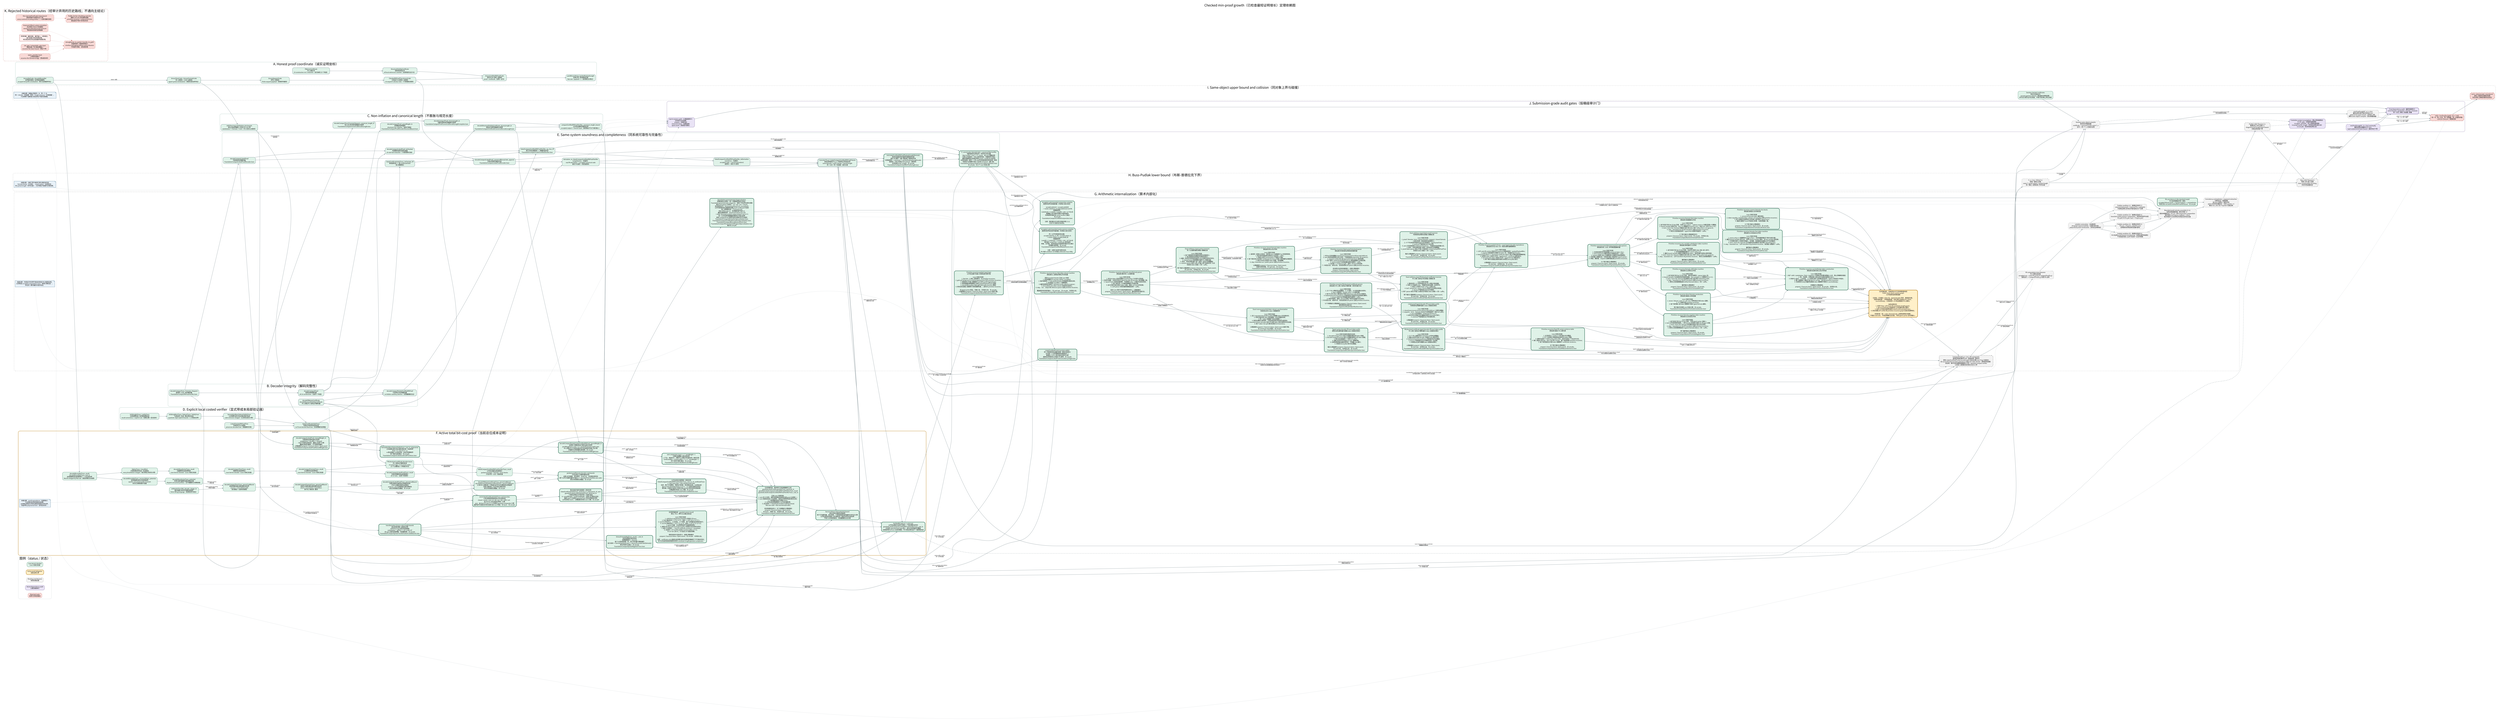
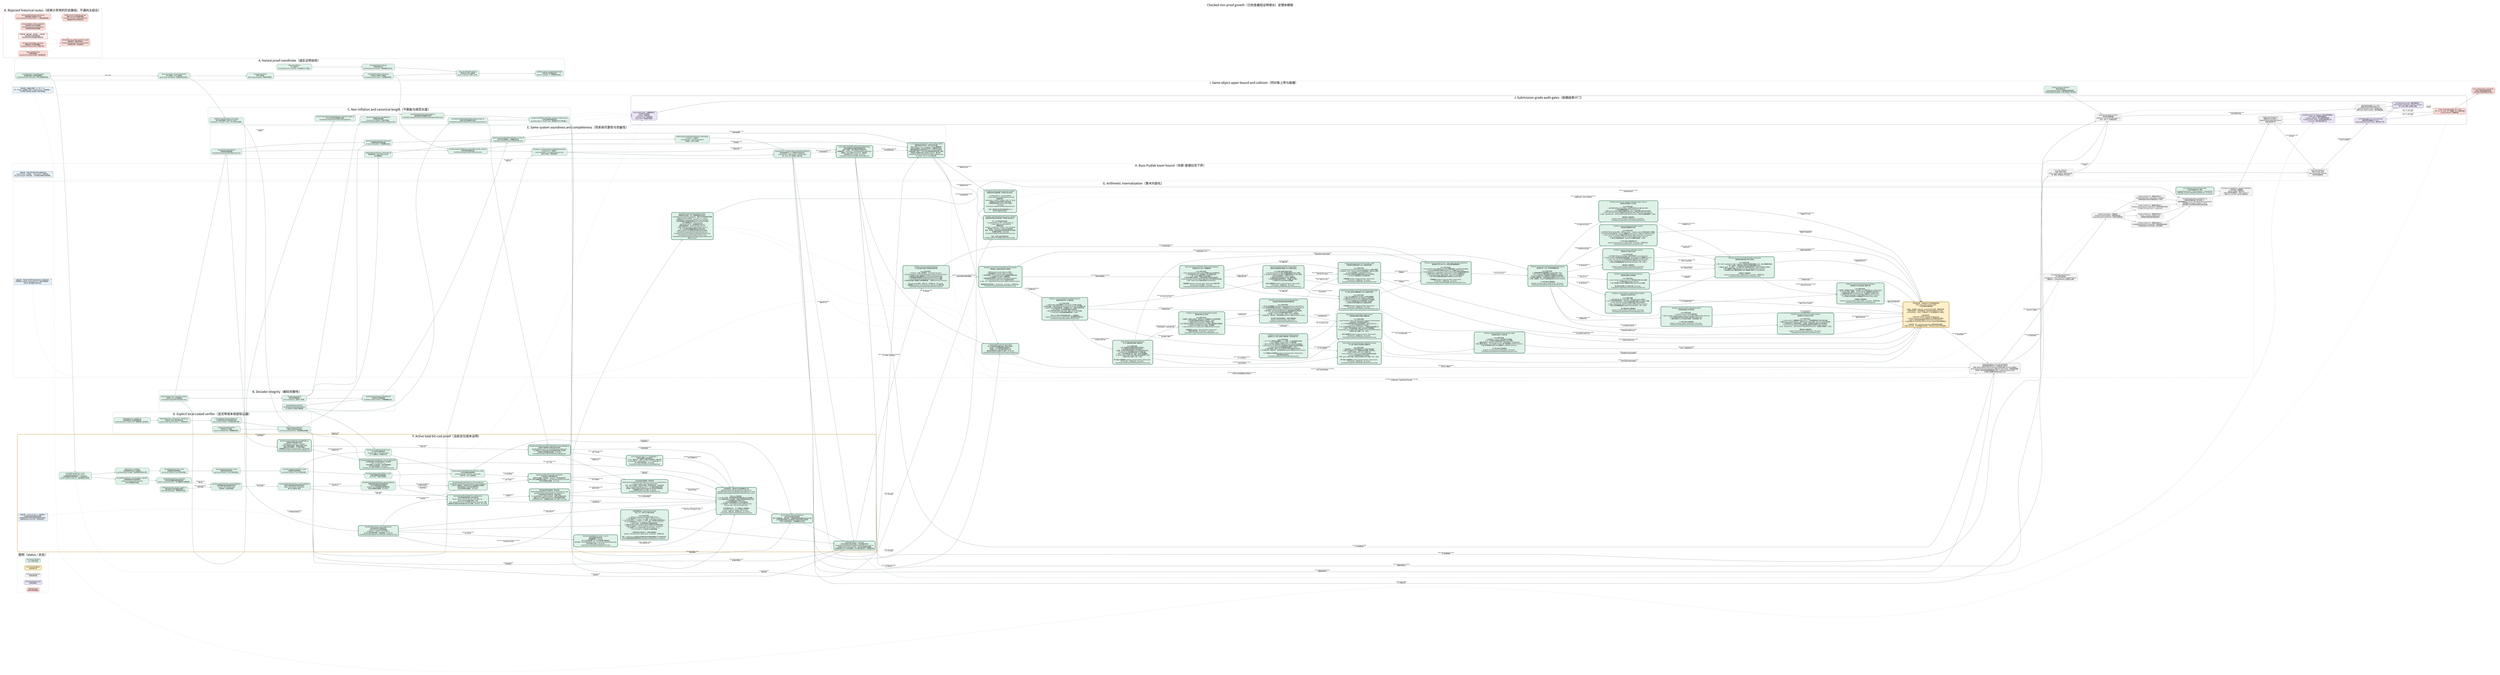
digraph CheckedMinProofDependencies {
  graph [
    rankdir=LR,
    bgcolor="white",
    compound=true,
    newrank=true,
    pad="0.35",
    nodesep="0.30",
    ranksep="0.62",
    fontname="Noto Sans CJK SC",
    fontsize=24,
    label="Checked min-proof growth（已检查最短证明增长）定理依赖图",
    labelloc="t",
    labeljust="c"
  ];
  node [
    shape=box,
    style="rounded,filled",
    fontname="Noto Sans CJK SC",
    fontsize=10.5,
    color="#526d75",
    fillcolor="#eef3f4",
    margin="0.14,0.09",
    penwidth=1.2
  ];
  edge [
    fontname="Noto Sans CJK SC",
    fontsize=8.5,
    color="#65777d",
    arrowsize=0.68,
    penwidth=1.05
  ];

  subgraph cluster_legend {
    label="图例（status / 状态）";
    color="#c8d1d4";
    style="rounded";
    done [label="Lean kernel checked\nLean 内核已检查", fillcolor="#dff2e8", color="#3f7c66"];
    active [label="Active proof obligation\n当前证明义务", fillcolor="#fff0c9", color="#b37a12", penwidth=2.2];
    pending [label="Pending root theorem\n待闭合根定理", fillcolor="#f3f3f3", color="#777777", style="rounded,filled,dashed"];
    audit [label="Axiom/dependency audit\n公理/依赖审计", fillcolor="#e9e3f5", color="#76639a"];
    rejected [label="Rejected route\n经审计弃用的路线", fillcolor="#f8d9d6", color="#a8443d", style="rounded,filled,dashed"];
  }

  subgraph cluster_coordinate {
    label="A. Honest proof coordinate（诚实证明坐标）";
    color="#8fb7aa";
    style="rounded";

    natcode [label="binaryNatCode / decodeBinaryNat\n自然数前缀码 / 自然数前缀解码\nescaped-bit prefix serialization（转义位前缀序列化）", fillcolor="#dff2e8"];
    syntaxcode [label="binaryTermCode + binaryFormulaCode\n项二进制码 + 公式二进制码\ntyped syntax serialization（类型化语法序列化）", fillcolor="#dff2e8"];
    sequentcode [label="binarySequentCode\n序列二进制码\nfinite sequent payload（有限序列载荷）", fillcolor="#dff2e8"];
    prooftree [label="CheckedPAProofTree.binaryCode\n已检查 PA 证明树二进制码\n10 sequent-calculus rules（十条相继式规则）", fillcolor="#dff2e8"];
    axiomcert [label="PAAxiomCertificate\nPA 公理证书\n23 constructors incl. induction（含归纳的 23 个构造）", fillcolor="#dff2e8"];
    structcert [label="StructuralValidityCertificate\n结构有效性证书\nall local witnesses counted（全部局部见证计长）", fillcolor="#dff2e8"];
    certifiedcode [label="binaryCertifiedPAProofCode\n带证书 PA 证明二进制码\nproof + certificate（证明 + 证书）", fillcolor="#dff2e8"];
    packedcode [label="packBinaryString / packedPayloadLength\n位串打包 / 有效载荷长度\nNat.size = payload + 1（自然数位长等式）", fillcolor="#dff2e8"];

    natcode -> syntaxcode [label="labels / 标签"];
    syntaxcode -> sequentcode;
    sequentcode -> prooftree;
    axiomcert -> structcert;
    prooftree -> certifiedcode;
    structcert -> certifiedcode;
    certifiedcode -> packedcode;
  }

  subgraph cluster_decoder {
    label="B. Decoder integrity（解码完整性）";
    color="#8fb7aa";
    style="rounded";

    typeddecoder [label="decodeCompactTerm / Formula / Sequent\n紧凑项 / 公式 / 序列解码器\nFoundationCompactPAProofVerifier.lean", fillcolor="#dff2e8"];
    proofdecoder [label="decodeCompactProof\n紧凑证明树解码器\nall 10 constructors（全部十个构造）", fillcolor="#dff2e8"];
    certdecoder [label="decodePAAxiomCertificate\ndecodeStructuralValidityCertificate\nPA 公理证书 / 结构证书解码器", fillcolor="#dff2e8"];
    packeddecoder [label="decodeCompactPackedCertifiedPAProof\n打包带证书证明解码器\nno hidden auxiliary witness（无隐藏辅助见证）", fillcolor="#dff2e8"];

    typeddecoder -> proofdecoder;
    certdecoder -> packeddecoder;
    proofdecoder -> packeddecoder;
  }

  subgraph cluster_size {
    label="C. Non-inflation and canonical length（不膨胀与规范长度）";
    color="#8fb7aa";
    style="rounded";

    structural [label="decodeCompactProof_parseWeight_le\n证明解码结构量界\nstructural non-inflation（结构不膨胀）\nFoundationCompactProofDecoderStructuralBound.lean", fillcolor="#dff2e8"];
    syntaxcanonical [label="decodeCompactTerm/Formula/Sequent_canonical_length_le\n项/公式/序列规范重编码长度界\nFoundationCompactCanonicalDecodeLength.lean", fillcolor="#dff2e8"];
    proofcanonical [label="decodeCompactProof_binaryLength_le\n完整证明树规范重编码长度界\nFoundationCompactProofCanonicalDecodeLengthComplete.lean", fillcolor="#dff2e8"];
    certcanonical [label="decodeStructuralValidityCertificate_binaryLength_le\n结构证书规范重编码长度界\nFoundationCompactCertificateCanonicalDecodeLength.lean", fillcolor="#dff2e8"];
    totalcanonical [label="compactCertifiedPAProofVerifier_canonical_length_bound\n公开验证器规范载荷总界\naccepted output <= honest input（接受输出不长于诚实输入）", fillcolor="#dff2e8"];
    transformsize [label="shift/free/neg/substitution size bounds\n移位/自由变量嵌入/否定/代入大小界\nsubstitution <= formula × term（代入至多公式乘项）", fillcolor="#dff2e8"];

    typeddecoder -> syntaxcanonical;
    proofdecoder -> structural;
    syntaxcanonical -> proofcanonical;
    certdecoder -> certcanonical;
    proofcanonical -> totalcanonical;
    certcanonical -> totalcanonical;
    syntaxcode -> transformsize;
  }

  subgraph cluster_explicit_local {
    label="D. Explicit local costed verifier（显式带成本局部验证器）";
    color="#8fb7aa";
    style="rounded";

    biteq [label="bitStringEqTrace / natEqTrace\n位串相等轨迹 / 自然数相等轨迹\nresult correctness + explicit cost（结果正确 + 显式成本）", fillcolor="#dff2e8"];
    bitset [label="bitStringMemTrace / SubsetTrace / SetEqTrace\n位串成员 / 包含 / 集合等价轨迹\nquadratic-style explicit bounds（二次型显式界）", fillcolor="#dff2e8"];
    formulalist [label="formulaEq/Mem/Subset/SetEqTrace\n公式相等/成员/包含/集合等价轨迹\ncode emission charged（公式码生成已计费）", fillcolor="#dff2e8"];
    listedtree [label="ListedCheckedPAProofTree\n列表序列 PA 证明树\npreserves decoded lists（保留解码列表）", fillcolor="#dff2e8"];
    listedcert [label="listedCertificateValidTrace\n列表证书有效性成本轨迹\nno Finset decide black box（无有限集判定黑箱）", fillcolor="#dff2e8"];

    biteq -> bitset;
    bitset -> formulalist;
    listedtree -> listedcert;
    formulalist -> listedcert;
    transformsize -> listedcert [label="local transforms\n局部变换"];
  }

  subgraph cluster_same_system {
    label="E. Same-system soundness and completeness（同系统可靠性与完备性）";
    color="#8fb7aa";
    style="rounded";

    listdecoder [label="decodeCompactListedProof\n列表保持证明解码器\nFoundationCompactListedProofDecoder.lean", fillcolor="#dff2e8"];
    projection [label="decodeCompactListedProof_toChecked\n列表解码投影到原检查器\n10-rule fuel induction（十规则燃料归纳）", fillcolor="#dff2e8"];
    localiff [label="listedCertificateValidTrace_toChecked_iff\n新局部轨迹 <-> 原 certificateValid\n语义精确等价", fillcolor="#dff2e8"];
    publiciff [label="listedCompactCertifiedPAProofVerifier_eq_true_iff\n新公开验证器接受 <-> 精确检查关系\nFoundationCompactListedCertifiedVerifier.lean", fillcolor="#dff2e8"];
    soundness [label="listedCompactCertifiedPAProofVerifier_toDerivation\nsoundness（可靠性）\naccepted code -> real PA Derivation2\n接受码 -> 真实 PA 推导", fillcolor="#dff2e8"];
    listencoder [label="decodeCompactListedProof_canonicalBinaryCode_append\n列表证明规范编码往返\nFoundationCompactListedProofEncoder.lean", fillcolor="#dff2e8"];
    completeness [label="derivation_to_listedCompactCertifiedPAProofVerifier\ncompleteness（完备性）\nreal PA derivation -> accepted canonical code\n真实 PA 推导 -> 规范接受码", fillcolor="#dff2e8"];
    predicate [label="Concrete P(x,y) / ListedCompactCertifiedPAProofChecks\n具体证明谓词 P(x,y) / 列表带证书检查关系\nsame formula + same checker + honest length\n同一公式 + 同一检查器 + 诚实长度", fillcolor="#dff2e8", penwidth=2.0];
    minmeasure [
      label="minListedCertifiedPAProofPayloadLength(formula)\n具体检查器诱导的最短完整载荷长度\n真实 PA 推导 -> 最小值由某个接受码实现\n任意接受码 -> minimum <= packedPayloadLength(code)\n接受码 -> 同公式真实 Derivation2（推导树）\n无项目级 proof_length；无 sorryAx\nFoundationCompactListedMinProofLength.lean",
      fillcolor="#dff2e8", color="#2f6f57", penwidth=2.8
    ];
    canonicalnormalize [
      label="P_canon(code, formulaCode) + canonical Bool verifier\n纯数值规范证明关系 + 规范布尔验证器\nBool verifier = true <-> P_canon，由 Lean 精确证明\n任意公开接受码 -> 同公式码规范码，完整载荷不增长\n最短完整载荷必由真实规范 proof + certificate 码实现\n全体码有限一致性 <-> 同 cutoff 的纯数值规范码有限一致性\n非规范/冗余编码不能人为压低 minimum（最小值）\nFoundationCompactListedCanonicalNormalization.lean\n无 sorryAx；仅三个 Lean 标准公理",
      fillcolor="#dff2e8", color="#2f6f57", penwidth=2.8
    ];

    typeddecoder -> listdecoder;
    listdecoder -> projection;
    proofdecoder -> projection;
    listedcert -> localiff;
    projection -> publiciff;
    localiff -> publiciff;
    packeddecoder -> publiciff;
    publiciff -> soundness;
    prooftree -> listencoder;
    listdecoder -> listencoder;
    listencoder -> completeness;
    listedcert -> completeness;
    soundness -> predicate;
    completeness -> predicate;
    predicate -> minmeasure [label="minimum over accepted codes\n对接受码取最小值"];
    completeness -> minmeasure [label="nonempty accepted set\n接受集合非空"];
    publiciff -> canonicalnormalize [label="decode every accepted code\n解码任意接受码"];
    listencoder -> canonicalnormalize [label="canonical re-encoding\n规范重编码"];
    totalcanonical -> canonicalnormalize [label="no payload growth\n载荷不增长"];
    minmeasure -> canonicalnormalize [label="minimum realized canonically\n最小值由规范码实现"];
  }

  subgraph cluster_cost_active {
    label="F. Active total bit-cost proof（当前总位成本证明）";
    color="#c18a27";
    style="rounded,bold";

    nattrace [label="decodeBinaryNatTrace_result\ndecodeBinaryNatTrace_cost_le\n自然数解码轨迹结果等价 + 二次位成本界\nNat.bit charged by Nat.size（按自然数位长收费）", fillcolor="#dff2e8", color="#3f7c66"];
    tracebind [label="OptionTrace + traceBind\n可选结果成本轨迹 + 轨迹绑定\nevery bind/failure charged（每次绑定/失败均计费）", fillcolor="#dff2e8", color="#3f7c66"];
    vectortrace [label="decodeManyVectorTrace_result\n向量解码轨迹结果等价\nLean kernel checked（Lean 内核已检查）", fillcolor="#dff2e8", color="#3f7c66"];
    termtrace [label="decodeCompactTermTrace_result\n项解码轨迹结果等价\nLean kernel checked（Lean 内核已检查）", fillcolor="#dff2e8", color="#3f7c66"];
    formulatrace [label="decodeCompactFormulaTrace_result\n公式解码轨迹结果等价\nLean kernel checked（Lean 内核已检查）", fillcolor="#dff2e8", color="#3f7c66"];
    prooftrace [label="decodeCompactListedProofTrace_result\n列表证明解码轨迹结果等价\nall 10 rules（全部十条规则）", fillcolor="#dff2e8", color="#3f7c66"];
    certtrace [label="PA/structural certificate decoder traces\nPA / 结构证书解码轨迹\n23 axiom tags + 4 recursive nodes\n23 个公理标签 + 4 种递归节点", fillcolor="#dff2e8", color="#3f7c66"];
    publictrace [label="listedCompactCertifiedPAProofVerifierTrace_result\n公开验证器轨迹结果等价\npacked envelope + formula + local checks\n打包外壳 + 公式 + 局部检查", fillcolor="#dff2e8", color="#3f7c66"];
    natpotential [label="decodeBinaryNatTrace_success/failure_potential\n自然数解码成功/失败势能界\nquartic consumed-prefix invariant\n四次已消费前缀不变量", fillcolor="#dff2e8", color="#3f7c66"];
    vectorpotential [label="decodeManyVectorTrace_potential\n任意长度向量解码摊还势能定理\ndisjoint consumed prefixes（互不重叠的已消费前缀）", fillcolor="#dff2e8", color="#3f7c66"];
    symbolcharge [label="arithmeticFunc/Rel_decode_charge_le\n算术函数/关系符号解码收费界\nfinite ORing language（有限有序环语言）", fillcolor="#dff2e8", color="#3f7c66"];
    termpotential [label="decodeCompactTermTrace_parserCostBound\n紧凑项解码器全路径摊还成本界\nsuccess + every failure path\n成功路径 + 全部失败路径", fillcolor="#dff2e8", color="#3f7c66"];
    formulapotential [label="decodeCompactFormulaTrace_parserCostBound\n紧凑公式解码器全路径摊还成本界\natoms / connectives / quantifiers\n原子式 / 联结词 / 量词", fillcolor="#dff2e8", color="#3f7c66"];
    proofpotential [
      label="decodeCompactListedProofTrace_parserCostBound\n列表证明树全路径四次势能成本界\n十条 PA 相继式规则全部通过\nand/cut 二叉子证明势能已望远镜相消\n成功/失败路径全覆盖；无 sorryAx",
      fillcolor="#dff2e8", color="#3f7c66"
    ];
    certpotential [
      label="decodePAAxiomCertificateTrace_parserCostBound\ndecodeStructuralValidityCertificateTrace_parserCostBound\n23 种 PA 公理标签 + 4 种递归证书节点全路径四次势能界\n归纳公理体和二元证书树已摊还闭合\n成功/失败路径全覆盖；无 sorryAx",
      fillcolor="#dff2e8", color="#3f7c66", penwidth=2.2
    ];
    packedcost [
      label="packed proof/formula decoder cost bounds\n打包证明/公式解码器成本界\n证明+证书串联、末位哨兵、dropLast、空后缀全部闭合\n两个公开打包解码器均不超过 2 × decoderPotential(Nat.size code)\n成功/失败路径全覆盖；无 sorryAx",
      fillcolor="#dff2e8", color="#2f6f57", penwidth=2.8
    ];
    transformcode [
      label="transformation binary-code length bounds\n语法变换完整二进制码长界\nshift/free/neg 均至多线性膨胀\nsubstitution：|phi[t]| <= 3(F+1)(W+1)F\n含 qpow 量词深度预算；无隐藏参数；无 sorryAx\nFoundationCompactSyntaxTransformationCodeBounds.lean",
      fillcolor="#dff2e8", color="#2f6f57", penwidth=2.8
    ];
    negtrace [
      label="binaryFormulaNegTrace_result / _cost_le\n否定变换真实递归轨迹\n结果精确等于 ∼formula\n每个公式构造收费一步；原子项向量不重复遍历\n执行成本 <= formulaSymbolCount <= |binaryFormulaCode(formula)|\n单文件探针已通过；无 sorryAx\nFoundationCompactSyntaxNegationTrace.lean",
      fillcolor="#dff2e8", color="#2f6f57", penwidth=2.8
    ];
    axmjoint [
      label="axm comparator input <= 2 * jointWeight + 1\n公理比较器输入联合坐标界\n上下文、候选句子、完整 PA 公理证书均落在同一诚实位权\ncertificateBits + sentenceBits + 1 <= 2 * jointWeight + 1\n四个坐标引理已通过；无 sorryAx\nFoundationCompactListedAxiomJointWeight.lean",
      fillcolor="#dff2e8", color="#2f6f57", penwidth=2.8
    ];
    honestproof [
      label="decodeCompactListedProof_honestWeight_le\n列表保持证明树诚实位权界\nweight(tree) + 8|suffix| <= 8|input|\n十条 PA 规则全部闭合；重复公式逐个计费\n覆盖任意成功解码，不只是规范编码\n公理画像仅 propext / Classical.choice / Quot.sound\nFoundationCompactListedProofHonestWeight.lean",
      fillcolor="#dff2e8", color="#2f6f57", penwidth=2.8
    ];
    honestcert [
      label="decodeCompactPackedListedCertifiedPAProof_honestWeight_le\n证明树+完整结构证书联合诚实位权界\njointWeight(tree,cert) <= 8 * packedPayloadLength(code)\nPA 公理证书 23 标签及递归证书全部由实际输入位计费\n无辅助见证和隐藏长度参数；无 sorryAx\nFoundationCompactListedCertifiedHonestWeight.lean",
      fillcolor="#dff2e8", color="#2f6f57", penwidth=2.8
    ];
    localprimitives [
      label="formulaEq/Mem/Subset/SetEqTrace_cost_le_polynomial\n公式相等/成员/包含/集合等价统一位成本界\nP(w) = 4 + 2(w+3)^2 + w\nw 是全部输入公式码位权，包含列表重复项\n四个端点全部通过；无 sorryAx\nFoundationCompactListedLocalCostPrimitives.lean",
      fillcolor="#dff2e8", color="#2f6f57", penwidth=2.8
    ];
    localbranches9 [
      label="10/10 listedCertificateValidTrace cost branches\n十条证明规则局部成本分支全部闭合\nclosed / verum / and / or / all / exs / wk / shift / cut：\n由 P(G(w)) 及生成语法界统一计费\naxm：由 A(w)=K*(2w+1)^12 的真实 guarded comparator 计费\n最终每节点固定多项式包络已由 Lean 检查；无 haxm、无 sorryAx",
      fillcolor="#dff2e8", color="#2f6f57", penwidth=2.8
    ];
    localinduction [
      label="联合坐标内部归纳骨架 + 具体实例\nlistedCertificateValidTrace_jointCost_le_polynomial_of_axm\nguardedListedCertificateValidTrace_jointCost_le\n十规则证明树/证书同步统一归纳已通过\nb = proofWeight + certificateWeight（证明+证书联合位权）\n抽象 haxm 已由真实 guarded axm 成本定理具体消除\n公开实例无 haxm；公理画像仅标准 Lean 公理；无 sorryAx",
      fillcolor="#dff2e8", color="#2f6f57", penwidth=2.8
    ];
    publicskeleton [
      label="公开总成本内部骨架 + 具体实例\nlistedCompactCertifiedPAProofVerifierTrace_cost_le_of_certificateTrace\ns = Nat.size(code) + Nat.size(formulaCode)\n合并：两个打包解码、局部证书检查、结论集合比较、公式码比较\nQ(s)=4*decoderPotential(s)+L(s)+1，L(s) 是显式固定多项式\n原先唯一内部证书成本义务现已由 guarded 联合成本定理消除\n公理画像仅标准 Lean 公理；无 sorryAx\nFoundationCompactListedPublicCostSkeleton.lean",
      fillcolor="#dff2e8", color="#2f6f57", penwidth=2.8
    ];
    publiccost [
      label="【主终端完成：具体带守卫检查器最终汇合】\nguardedListedCertificateValidTrace_jointCost_le\nguardedListedCompactCertifiedPAProofVerifierTrace_result\nguardedListedCompactCertifiedPAProofVerifierTrace_cost_le\n\n已由 Lean 内核检查：\n1. axm 的 23 标签、接受/拒绝路径和候选长度 guard 全部统一；\n2. axm 局部成本进入与证明树、结构证书相同的诚实联合位权；\n3. 十规则整树成本不再带 haxm；\n4. 公开轨迹结果精确等于公开验证器结果；\n5. 总位成本 <= listedPublicVerifierCostPolynomial(\n   Nat.size code + Nat.size formulaCode)。\n\n定向构建退出码 0；五个关键端点公理画像仅\npropext / Classical.choice / Quot.sound。\n无 haxm、无输入包、无项目公设、无 sorryAx。\nFoundationCompactListedGuardedAxiomCost.lean",
      fillcolor="#dff2e8", color="#2f6f57", penwidth=2.8
    ];
    amortized [label="Success/failure total potential bound\n成功/失败全路径总势能界\n两个打包解码器、语法变换、十规则局部检查和最终比较均已计费\n公开轨迹的所有输入对均满足同一固定多项式位成本界\n不是只分析接受路径；无隐藏辅助见证长度", fillcolor="#dff2e8", color="#2f6f57", style="rounded,filled", penwidth=2.8];
    costnote [shape=note, label="关键注释：result equivalence（结果等价）\n只证明轨迹没有改掉验证结果；\n必须再证明成功/失败全路径的固定多项式界，\n才能声称 polynomial time（多项式时间）。", fillcolor="#e8f1f8", color="#4e7892"];
    transformtrace [label="【共享终端完成：guarded axiom trace】\n移位 / 代入 / 带守卫公理比较轨迹\n\nLean 内核已检查：\n1. shift/free/substitution/list/fixitr 的真实 QTrace；\n2. fixitr 输出码长 <= 4*(L+1)^2；成本 <= 128*(m+L+1)^2*L；\n3. succInd 四次代入、三次否定、三个析取、两个全称量词全部真实执行；\n4. succInd 输出码长 <= 10^7*(L+1)^4；成本 <= 10^11*(L+1)^12；\n5. guard 完备：合法相等候选不会被提前拒绝；\n6. 接受分支 fixitr/allClosure/formulaEq 与拒绝分支总成本均闭合；\n7. 全部 23 标签统一：true iff certificate.sentence = candidate；\n8. 总成本 <= K*(certificateBits+sentenceBits+1)^12，\n   K=10^30+(3B+4)，B 为显式 26 句固定预算。\n\n两条验收命令退出码 0；关键公理画像仅\npropext / Classical.choice / Quot.sound；无 sorryAx、无项目公设。\n\n边界：certificate-only 直接生成完整归纳句在稀疏变量编号下不可能多项式；\n本节点完成的是保持接受关系的 candidate-length guarded comparator。", fillcolor="#dff2e8", color="#2f6f57", style="rounded,filled", penwidth=2.8];
    polytime [label="VerifierBitCost(x,y) <= p(|x|+|y|)\n公开验证器总位成本不超过一个显式固定多项式\nguardedListedCompactCertifiedPAProofVerifierTrace_cost_le\n对全部 code/formulaCode 成立，成功与失败路径均覆盖\n这里是项目 QTrace 位成本模型；PA 内短证明仍由下一簇单独完成", fillcolor="#dff2e8", color="#2f6f57", style="rounded,filled", penwidth=2.8];

    natcode -> nattrace;
    nattrace -> tracebind;
    tracebind -> vectortrace;
    vectortrace -> termtrace;
    termtrace -> formulatrace;
    formulatrace -> prooftrace;
    certdecoder -> certtrace;
    formulatrace -> certtrace;
    prooftrace -> publictrace;
    certtrace -> publictrace;
    publictrace -> amortized [label="exact behavior first\n先固定精确行为"];
    nattrace -> natpotential;
    natpotential -> vectorpotential;
    vectorpotential -> termpotential [label="argument vectors\n参数向量"];
    symbolcharge -> termpotential [label="finite symbol decoding\n有限符号解码"];
    termpotential -> formulapotential [label="terms inside atoms\n原子式中的项"];
    formulapotential -> proofpotential [label="formulas inside sequents\n序列中的公式"];
    proofpotential -> certpotential [label="proof/certificate alignment\n证明树/证书树对齐"];
    formulapotential -> certpotential [label="induction body\n归纳公理体"];
    certpotential -> packedcost [label="proof + certificate stream\n证明 + 证书串"];
    publictrace -> packedcost [label="same executable result\n同一可执行结果"];
    packedcost -> publiccost [label="decoded objects\n已解码对象"];
    transformsize -> transformcode [label="from symbol count to full bits\n从符号数提升到完整位长"];
    transformcode -> negtrace [label="input bit-length control\n输入位长控制"];
    negtrace -> publiccost [label="closed/cut negation charge\n闭合/切规则否定计费"];
    transformcode -> publiccost [label="generated-code bounds\n生成公式码长界"];
    listdecoder -> honestproof [label="all successful parses\n全部成功解码"];
    honestproof -> honestcert [label="proof-tree charge\n证明树计费"];
    certcanonical -> honestcert [label="full certificate bits\n完整证书位"];
    honestcert -> publiccost [label="joint decoded-data bound\n联合解码数据界"];
    honestcert -> axmjoint [label="proof + certificate coordinate\n证明 + 证书坐标"];
    axmjoint -> publiccost [label="guarded comparator input bound\n带守卫比较器输入界"];
    listedcert -> localprimitives [label="exact trace costs\n精确轨迹成本"];
    honestproof -> localprimitives [label="duplicate-preserving weights\n保留重复项位权"];
    localprimitives -> publiccost [label="uniform quadratic bound\n统一二次界"];
    localprimitives -> localbranches9 [label="per-rule instantiation\n逐规则实例化"];
    transformcode -> localbranches9 [label="generated syntax bounds\n生成语法界"];
    localbranches9 -> publiccost [label="nine checked branches\n九条已检查分支"];
    localbranches9 -> localinduction [label="structural aggregation\n结构汇总"];
    localinduction -> publiccost [label="haxm concretely discharged\nhaxm 已由具体定理消除"];
    localinduction -> publicskeleton [label="local certificate polynomial\n局部证书多项式"];
    packedcost -> publicskeleton [label="two packed decoder bounds\n两个打包解码界"];
    honestcert -> publicskeleton [label="decoded joint weight\n解码联合位权"];
    publicskeleton -> publiccost [label="concrete discharge checked\n具体消义务已检查"];
    listedcert -> publiccost [label="explicit local checks\n显式局部检查"];
    publiccost -> amortized;
    totalcanonical -> amortized [label="consumed-length control\n消费长度控制"];
    costnote -> amortized [style=dotted, arrowhead=none, constraint=false];
    transformcode -> transformtrace;
    transformtrace -> publiccost [label="guarded axm + shift/free/substitution costs\n带守卫公理 + 移位/自由化/代入成本"];
    amortized -> polytime;
    transformtrace -> polytime;
    totalcanonical -> polytime [label="input/output length control\n输入输出长度控制"];
    listedcert -> polytime [label="local cost bounds\n局部成本界"];
    predicate -> polytime [label="exact executable relation\n精确可执行关系"];
  }

  subgraph cluster_internalization {
    label="G. Arithmetic internalization（算术内部化）";
    color="#9a9a9a";
    style="rounded,dashed";

    listedconmeta [label="ListedCertifiedFiniteConsistencyAt(k)\n同一列表保持验证器的有限一致性元层语义\n无长度 <= k 的完整载荷码被接受为 ⊥\n普通及 2^(A*n) 放大版本无条件为真\n接受反向恢复同公式真实 PA 推导；无 sorryAx\nFoundationCompactListedFiniteConsistencyTarget.lean", fillcolor="#dff2e8", color="#2f6f57", penwidth=2.8];
    arithinput [label="Primitive-recursive packed input layer\n公开验证器打包输入的原始递归算术层\n\nLean 内核已检查：\n1. Nat.bits（小端二进制展开）为 primitive recursive；\n2. getLast?/dropLast 与 sentinel payload peel 均为 primitive recursive；\n3. 剥离成功 iff 输入精确等于 packBinaryString(payload)；\n4. 新剥离器结果精确等于现有 packedPayloadTrace 结果；\n5. decodeBinaryNat 已由 right-fold state machine 重建；\n6. 新状态机逐输入精确等于原前缀解码器，二者均为 primitive recursive。\n\n无 typed syntax 假设、无输入包、无项目公设、无 sorryAx；\n公理画像仅 propext / Classical.choice / Quot.sound 或其子集。\nFoundationCompactListedVerifierArithmeticInput.lean", fillcolor="#dff2e8", color="#2f6f57", penwidth=2.8];
    tokenstream [label="Primitive-recursive binary-Nat token stream machine\n原始递归二进制自然数记号流机器\n\n具体 bounded iterator 已由 Lean 检查：\n1. 状态明确区分 running / failed / accepted；\n2. 每步调用同一个 decodeBinaryNat 并保留真实剩余位串；\n3. 总步数由 inputBits+1 明确限制；\n4. 最终结果逐位串等于 repeated-prefix reference parser；\n5. binaryNatCode token stream 的规范往返成立；\n6. step、run、output 和 reference parser 全部 primitive recursive。\n\n覆盖畸形和非规范输入；无 rawCode、无 sorryAx、无项目公设。\nFoundationCompactBinaryNatStreamMachine.lean", fillcolor="#dff2e8", color="#2f6f57", penwidth=2.8];
    bitsync [label="Exact noncanonical bit/token stream synchronization\n非规范位流与 token 流精确同步\n\nLean 内核已检查：\n1. 定义 repeated decodeBinaryNat 的精确 token/位后缀关系；\n2. 关系可按任意 token 前后缀唯一切分并重新合成；\n3. 同一 token 前缀留下的位后缀唯一；\n4. 规范位编码只是特例，不把非规范高位零误判为规范码；\n5. bounded stream decoder 成功 iff 全部 token 恰好消费至空位后缀；\n6. 每个 token-list split 都对应真实 bit boundary。\n\n公理画像仅 propext / Classical.choice / Quot.sound 或其子集；\n无 canonical-input 假设、无 sorryAx。\nFoundationCompactBinaryNatStreamSynchronization.lean", fillcolor="#dff2e8", color="#2f6f57", penwidth=2.8];
    syntaxparser [label="Primitive-recursive arithmetic term/formula parser\n原始递归算术项 / 公式解析器\n\nLean 内核已检查：\n1. 纯 Nat token 状态机覆盖 bvar/fvar/func 与全部公式构造；\n2. 有序环函数、关系符号码与 typed decoder 的 decode₂ 条件精确一致；\n3. repeat frame 逐项处理参数，不按稀疏 arity 一次展开巨型任务表；\n4. 每个真实项 / 公式都有精确执行步数定理；\n5. 执行步数不超过真实 token 长度，固定二次 fuel 必然足够；\n6. 公开 parser 对规范编码精确返回同一 suffix。\n\n定向 Lean 探针与目标构建退出码 0；公理画像仅\npropext / Classical.choice / Quot.sound；静态禁用项扫描为空。\nFoundationCompactSyntaxTokenMachine.lean", fillcolor="#dff2e8", color="#2f6f57", penwidth=2.8];
    syntaxinversion [label="Exact arbitrary-input syntax inversion\n项 / 公式解析器任意输入精确反演\n\nLean 内核已检查：\n1. 每个纯数值任务栈都有类型化前缀语义；\n2. 每次数值状态转换反向保持该语义；\n3. 函数 / 关系符号有效码恢复同 arity 的真实有序环符号；\n4. repeat frame 恢复精确长度的 Fin 参数向量；\n5. 成功、失败及畸形输入统一由同一后向不变量覆盖；\n6. numeric parser 返回 suffix iff 输入等于某真实项 / 公式\n   的规范 token 前缀 ++ 同一 suffix。\n\n两个端点公理画像仅 propext / Classical.choice / Quot.sound；\n无 rawCode、无项目公设、无 sorryAx。\nFoundationCompactSyntaxTokenMachineInversion.lean", fillcolor="#dff2e8", color="#2f6f57", penwidth=2.8];
    syntaxbitsync [label="Typed syntax decoder iff exact token prefix\n类型化语法解码器与精确 token 前缀双向等价\n\nLean 内核已检查任意成功位串：\n1. decodeCompactTerm 成功 iff 精确消费该项 token 前缀；\n2. decodeCompactFormula 成功 iff 精确消费该公式 token 前缀；\n3. 两方向均保留同一个真实 bit suffix；\n4. 函数/关系符号代码由 decode₂ 精确恢复；\n5. 任意有限参数向量逐项同步，不隐藏 arity 展开；\n6. 非规范 binaryNat 表示完全覆盖。\n\n端点公理画像仅 propext / Classical.choice / Quot.sound；\n无 rawCode、无项目公设、无 sorryAx。\nFoundationCompactSyntaxBitTokenSynchronization.lean", fillcolor="#dff2e8", color="#2f6f57", penwidth=2.8];
    closedformula [label="Primitive-recursive closed-formula token machine\n原始递归闭公式记号机\n\nLean 内核已检查：\n1. 复用同一紧凑公式语法，但所有 term 位置遇到 fvar 标签即拒绝；\n2. 每次成功恢复真实类型化公式及同一 suffix；\n3. 恢复公式的 freeVariables 严格等于空集；\n4. 每个真实闭公式及每个 ArithmeticSentence 的嵌入规范编码必被接受；\n5. 成功 iff 闭公式规范 token 前缀，双向精确；\n6. step / bounded run / public parser 全部 primitive recursive。\n\n公理画像仅 propext / Classical.choice / Quot.sound；\n无额外闭性参数、无 rawCode、无 sorryAx。\nFoundationCompactClosedFormulaTokenMachine.lean", fillcolor="#dff2e8", color="#2f6f57", penwidth=2.8];
    proofparser [label="Primitive-recursive listed-proof structural parser\n原始递归列表保持证明树结构解析器\n\nLean 内核已检查：\n1. 纯 Nat 任务栈覆盖 closed/axm/verum/and/or/all/exs/wk/shift/cut；\n2. axm 标签现调用独立闭公式机，不再把普通 proposition 当 sentence；\n3. sequent cardinality 由 repeat-formula frame 逐项消费；\n4. 每个真实 ListedCheckedPAProofTree 都有精确执行步数定理；\n5. and/cut 左右子证明按编码顺序消费同一 suffix；\n6. 总步数 <= 2*tokenLength，固定二次 fuel 必然足够；\n7. 十标签分派、闭句分支、总状态机和公开 parser 全部 primitive recursive。\n\n定向探针及目标构建通过；关键公理画像仅\npropext / Classical.choice / Quot.sound。\nFoundationCompactProofTokenMachine.lean", fillcolor="#dff2e8", color="#2f6f57", penwidth=2.8];
    proofinversion [label="Exact arbitrary-input listed-proof inversion\n列表保持证明树任意输入精确反演\n\nLean 内核已检查：\n1. proof / formula / term / repeat-formula / sequent / closed-formula\n   六类任务统一具有类型化前缀语义；\n2. 十个节点标签的每条反向分支均恢复同一 typed proof tree；\n3. and/cut 严格恢复左右子树次序；\n4. axm 分支恢复真实 ArithmeticSentence，不接受含自由变量公式；\n5. 成功、失败及畸形输入由同一后向状态不变量覆盖；\n6. proof token parser 成功 iff 输入为某真实 ListedCheckedPAProofTree\n   的规范 token 前缀 ++ 同一 suffix。\n\n端点公理画像仅 propext / Classical.choice / Quot.sound；\n无 rawCode、无项目公设、无 sorryAx。\nFoundationCompactProofTokenMachineInversion.lean", fillcolor="#dff2e8", color="#2f6f57", penwidth=2.8];
    certparser [label="Primitive-recursive PA/structural certificate parsers\n原始递归 PA 公理 / 结构证书解析器（规范完备方向）\n\nLean 内核已检查：\n1. 23 个 PA 公理标签全部覆盖；0..21 固定，3/4 校验函数/关系码；\n2. tag 22 调用同一 binder-arity-1 公式解析器；\n3. 新 PA 证书 token 编码逐证书等于旧 binary code 的 Nat 前缀流；\n4. leaf/axiomCert/unary/binary 四类结构证书由显式任务栈递归解析；\n5. binary 左右子证书按编码顺序消费同一 suffix；\n6. 线性步数界、固定二次 fuel 和两个规范往返端点均已闭合；\n7. PA 标签分派、结构节点、总状态机和公开 parser 全部 primitive recursive。\n\n七个关键端点公理画像仅 propext / Classical.choice / Quot.sound；\n静态禁用项扫描为空。\nFoundationCompactCertificateTokenMachine.lean", fillcolor="#dff2e8", color="#2f6f57", penwidth=2.8];
    certinversion [label="Exact arbitrary-input PA/structural certificate inversion\nPA 公理 / 结构证书任意输入精确反演\n\nLean 内核已检查：\n1. 固定标签 0..21 逐项恢复对应 PA 公理证书构造器；\n2. 标签 3/4 恢复同 arity、同编码的真实函数 / 关系符号；\n3. 标签 22 恢复 binder-arity-1 归纳公式；\n4. leaf / axiomCert / unary / binary 四类节点全部反向恢复；\n5. binary 严格恢复左右子证书顺序；\n6. 两个 parser 成功 iff 输入为真实证书规范 token 前缀 ++ 同一 suffix。\n\n两个端点公理画像仅 propext / Classical.choice / Quot.sound；\n无 rawCode、无项目公设、无 sorryAx。\nFoundationCompactCertificateTokenMachineInversion.lean", fillcolor="#dff2e8", color="#2f6f57", penwidth=2.8];
    proofbitsync [label="Listed proof typed decoder iff exact token prefix\n列表保持证明解码器与 token 前缀双向等价\n\nLean 内核已检查：\n1. closed/axm/verum/and/or/all/exs/wk/shift/cut 十规则全覆盖；\n2. sequent、term、formula 与左右子证明保留同一真实 bit suffix；\n3. axm 分支恢复同一 ArithmeticSentence；\n4. 成功方向与完备方向均覆盖非规范 binaryNat 表示；\n5. and/cut 严格保留左右子树消费次序。\n\n公理画像仅 propext / Classical.choice / Quot.sound；\n无 rawCode、无项目公设、无 sorryAx。\nFoundationCompactProofBitTokenSynchronization.lean", fillcolor="#dff2e8", color="#2f6f57", penwidth=2.8];
    certbitsync [label="PA/structural certificate typed decoder iff exact token prefix\nPA 公理 / 结构证书解码器与 token 前缀双向等价\n\nLean 内核已检查：\n1. 23 个 PA 公理标签及 induction 公式体全部覆盖；\n2. 函数/关系符号由 decode₂ 恢复同 arity 真实符号；\n3. leaf/axiomCert/unary/binary 四类递归证书全覆盖；\n4. binary 严格保留左右证书顺序及同一位后缀；\n5. 任意成功位串与精确 token 前缀双向等价。\n\n公理画像仅 propext / Classical.choice / Quot.sound；\n无 rawCode、无项目公设、无 sorryAx。\nFoundationCompactCertificateBitTokenSynchronization.lean", fillcolor="#dff2e8", color="#2f6f57", penwidth=2.8];
    packedtokensync [label="Primitive-recursive packed stream + exact typed-decoder equivalence\n原始递归打包 token 流 + 类型化解码器精确等价\n\nLean 内核已检查：\n1. 公开 code 的 sentinel 哨兵位与 payload 剥离使用同一 packedPayloadBits；\n2. payload 逐前缀转为完整 Nat token 流，流函数已证 Primrec；\n3. listed proof tokens ++ structural certificate tokens 按公开解码顺序精确拼接；\n4. 证明码 token 流成功 iff 同一 typed proof + certificate 解码成功；\n5. formulaCode token 流成功 iff 同一 typed formula 解码成功；\n6. 两个等价均保留全载荷消费与非规范 binaryNat 表示。\n\n公理画像仅 propext / Classical.choice / Quot.sound；\n无 rawCode、无项目公设、无 sorryAx。\nFoundationCompactListedPackedBitTokenSynchronization.lean", fillcolor="#dff2e8", color="#2f6f57", penwidth=2.8];
    numericvalues [label="Primitive-recursive term/formula/sequent value parsers\n原始递归项 / 公式 / 序列数值值解析器\n\nLean 内核已检查：\n1. 在结构判断同时保留精确 canonical token slice；\n2. term 与 formula 解析返回已消费值及同一 suffix；\n3. sequent 按首 token 的基数逐公式解析并保持原顺序；\n4. 规范输入精确往返；任意成功输入恢复真实 typed syntax；\n5. 单值、重复值、sequent 总解析器全部 primitive recursive。\n\n九个审计端点公理画像仅\npropext / Classical.choice / Quot.sound；无 sorryAx。\nFoundationCompactNumericSyntaxValueParser.lean", fillcolor="#dff2e8", color="#2f6f57", penwidth=2.8];
    numericchecks [label="Primitive-recursive numeric formula-list checks\n原始递归数值公式列表检查\n\nLean 内核已检查：\n1. canonical formula token 编码单射；\n2. token equality / membership / subset / set equality 全部 primitive recursive；\n3. 四个结果在任意规范公式列表上逐点等于 typed trace；\n4. 重复元素按 Finset 外延语义处理，与原检查器一致。\n\n九个审计端点公理画像仅\npropext / Classical.choice / Quot.sound；无 sorryAx。\nFoundationCompactNumericFormulaListChecks.lean", fillcolor="#dff2e8", color="#2f6f57", penwidth=2.8];
    numericconstructors [label="Primitive-recursive direct formula constructors\n原始递归直接公式构造器\n\nLean 内核已检查：\n1. verum / falsum / and / or / all / exs 六种构造全为纯 token 函数；\n2. 六个函数全部 primitive recursive；\n3. 每个规范输入逐 token 精确等于真实 typed formula 编码。\n\n审计端点仅依赖 Lean 标准公理；无 sorryAx。\nFoundationCompactNumericFormulaConstructors.lean", fillcolor="#dff2e8", color="#2f6f57", penwidth=2.8];
    numericnegation [label="Primitive-recursive formula-negation token machine\n原始递归公式否定记号机\n\nLean 内核已检查：\n1. 运行状态只有 Nat 与 Nat 列表，不把 typed syntax 当输入；\n2. term 记号逐项原样复制，八种 formula 标签执行真实 De Morgan 对偶；\n3. term / term-list / formula 的完整任务执行语义均已闭合；\n4. step、bounded run 与公开 transform 全部 primitive recursive；\n5. 规范公式前缀精确返回 negated formula tokens + 同一 suffix。\n\n两个最终端点公理画像仅\npropext / Classical.choice / Quot.sound；无 sorryAx。\nFoundationCompactNumericFormulaNegation.lean", fillcolor="#dff2e8", color="#2f6f57", penwidth=2.8];
    numericshift [label="Primitive-recursive formula-shift token machine\n原始递归公式移位记号机\n\nLean 内核已检查：\n1. 运行状态只有 Nat 与 Nat 列表，逐任务消费同一 parser token 流；\n2. bound variable 与全部结构标签原样保留，free variable [1,i] 精确变为 [1,i+1]；\n3. term / term-list / formula 的完整执行语义逐点等于 Rewriting.shift；\n4. step、bounded run 与公开 transform 全部 primitive recursive；\n5. 规范公式前缀精确返回 shifted formula tokens + 同一 suffix。\n\n最终端点公理画像仅\npropext / Classical.choice / Quot.sound；无 sorryAx。\nFoundationCompactNumericFormulaShift.lean", fillcolor="#dff2e8", color="#2f6f57", penwidth=2.8];
    numericfree [label="Primitive-recursive formula-free token machine\n原始递归公式自由化记号机\n\nLean 内核已检查：\n1. source arity n+1 精确降到 target arity n，任务栈携带量词下真实当前元数；\n2. 最后 bound variable 变为 &0，较早 bound variable 保持，旧 free variable 取后继；\n3. 仅消费长度为 2 的真实变量头，空消费、失败路径及函数头均不会误触发；\n4. term / term-list / formula 沿元数等式的完整语义逐点等于 Rewriting.free；\n5. step、bounded run、公开 transform 均 primitive recursive，规范输入保留同一 suffix。\n\n最终端点公理画像仅\npropext / Classical.choice / Quot.sound；无 sorryAx。\nFoundationCompactNumericFormulaFree.lean", fillcolor="#dff2e8", color="#2f6f57", penwidth=2.8];
    numericsubstitution [label="Primitive-recursive one-variable substitution token machine\n原始递归单变量代入记号机\n\nLean 内核已检查：\n1. 运行状态只有 Nat 与 Nat 列表，见证项以固定 token 输入进入迭代；\n2. 任务栈精确跟踪量词下 source arity 1+d；\n3. 最后 bound variable 替换为完整闭见证 token，其余变量与结构头原样保留；\n4. term / term-list / formula 完整执行语义逐 token 等于 ((Rew.subst ![w]).qpow d)；\n5. step、bounded run、公开 transform 均 primitive recursive，规范公式前缀保留同一 suffix。\n\n最终端点公理画像仅\npropext / Classical.choice / Quot.sound；无 sorryAx。\nFoundationCompactNumericFormulaSubstitution.lean", fillcolor="#dff2e8", color="#2f6f57", penwidth=2.8];
    numericfixitr [label="Primitive-recursive formula-fixitr token machine\n原始递归变量捕获记号机\n\nLean 内核已检查：\n1. 运行状态只有 Nat 与 Nat 列表，任意 base arity n、capture count m 与量词深度 d 均覆盖；\n2. bound variable 保持不变；free i<m 精确变为 bound n+d+i；其余 free i 变为 free (i-m)；\n3. term / term-list / formula 完整执行语义逐 token 等于 ((Rew.fixitr n m).qpow d)；\n4. step、bounded run 与公开 transform 全部 primitive recursive；\n5. 规范公式前缀返回同一 typed fixitr 结果并保留同一 suffix。\n\n十个审计端点公理画像至多为\npropext / Classical.choice / Quot.sound；无 sorryAx、无项目公设。\nFoundationCompactNumericFormulaFixitr.lean", fillcolor="#dff2e8", color="#2f6f57", penwidth=2.8];
    numericsuccind [label="Primitive-recursive succInd(body) token construction\n原始递归后继归纳公式记号构造\n\nLean 内核已检查：\n1. 每个 shift / substitution / fixitr / negation 子变换必须完整消费输入公式，禁止忽略畸形尾部；\n2. 零、开放零、开放后继三类见证均为固定纯数值 token；\n3. 四条代入执行、三次否定、三个析取与两个全称量词均在同一 Option 失败语义中组合；\n4. 整个函数输入/输出只有 Nat 与 List Nat，且已证 primitive recursive；\n5. 任意规范 body 的最终结果逐 token 精确等于原定义 succInd(body)。\n\n关键端点公理画像仅\npropext / Classical.choice / Quot.sound；无 sorryAx、无项目公设。\nFoundationCompactNumericSuccIndSentence.lean", fillcolor="#dff2e8", color="#2f6f57", penwidth=2.8];
+     numericfvsup [label="Primitive-recursive formula fvSup computation\n原始递归公式自由变量上确界计算\n\nLean 内核已检查：\n1. 复用同一数值语法任务栈，只在真正 term 位置识别 free-variable token；\n2. relation 标签、函数头、bound variable 与普通数字均不会误计；\n3. 单遍输出逐点等于 formula.fvarList，并保留同一未消费 suffix；\n4. listFvSup 的 max(index+1) fold 已独立证明 primitive recursive；\n5. 公开端点对任意规范公式精确返回 (formula.fvSup, suffix)。\n\n关键端点公理画像仅\npropext / Classical.choice / Quot.sound；无 sorryAx、无项目公设。\nFoundationCompactNumericFormulaFvSup.lean", fillcolor="#dff2e8", color="#2f6f57", penwidth=2.8];
    numericfixedaxioms [label="Primitive-recursive fixed PA-axiom sentence table\n原始递归固定 PA 公理句表\n\nLean 内核已检查：\n1. 证书标签 0..21 的 22 个非归纳分支全覆盖；\n2. 20 个无参数公理直接返回规范句 token 常量；\n3. 函数外延按 4 个合法 (arity,code) 分派，关系外延按 2 个合法对分派；\n4. 输入/输出只有 Nat、Nat×Nat 和 List Nat，整个查表函数 primitive recursive；\n5. 每个规范固定证书逐 token 精确等于 certificate.sentence。\n\n五个审计端点公理画像仅\npropext / Classical.choice / Quot.sound；无 sorryAx。\nFoundationCompactNumericFixedPAAxiomSentence.lean", fillcolor="#dff2e8", color="#2f6f57", penwidth=2.8];
-     numericparser [label="【主终端当前：归纳闭包与守卫的纯数值构造】\nPublic local-check numeric graph\n公开局部检查纯数值图\n\n已闭合：打包输入 token 化、typed decoder 同步、数值语法值、\n四类列表检查、六种直接构造、否定/移位/自由化/代入/fixitr、\nsuccInd(body)，以及标签 0..21 的全部固定 PA 公理句。\n\n当前证明任务：\n1. 实现 fvSup / allClosure 及 candidate-length guard；\n2. 由 succInd(body) 构造标签 22 的完整归纳公理句；\n3. 合并 23 标签后逐规则复现 listedCertificateValidTrace；\n4. 闭合完整公开 verifier 的 primitive-recursive graph 及逐点结果等式。\n\n完成标准：同一 code / formulaCode 上接受结果逐点相等；\n不借旧 rawCode，不增加隐藏见证长度，不把 typed syntax 当外部输入。", fillcolor="#fff0c9", color="#b37a12", penwidth=2.8];
+     numericparser [label="【主终端当前：归纳闭包与守卫的纯数值构造】\nPublic local-check numeric graph\n公开局部检查纯数值图\n\n已闭合：打包输入 token 化、typed decoder 同步、数值语法值、\n四类列表检查、六种直接构造、否定/移位/自由化/代入/fixitr、\nsuccInd(body)、fvSup，以及标签 0..21 的全部固定 PA 公理句。\n\n当前证明任务：\n1. 实现 allClosure 及 candidate-length guard；\n2. 由 succInd(body) 与 fvSup 构造标签 22 的完整归纳公理句；\n3. 合并 23 标签后逐规则复现 listedCertificateValidTrace；\n4. 闭合完整公开 verifier 的 primitive-recursive graph 及逐点结果等式。\n\n完成标准：同一 code / formulaCode 上接受结果逐点相等；\n不借旧 rawCode，不增加隐藏见证长度，不把 typed syntax 当外部输入。", fillcolor="#fff0c9", color="#b37a12", penwidth=2.8];
    compactformula [label="CompactProof(x,y) + Con_PA^compact(k)\n紧凑证明谓词算术公式 + 紧凑有限一致性句\n绿色 ListedCertifiedFiniteConsistencyAt 已给出正确 Lean Prop 元层语义\n旧 succinctFiniteConsistencySentence 仍指 raw-code checker（原始码检查器）\n待证明：算术句标准模型精确等价于同一 guarded compact verifier\n以及短二进制数词实例的公式大小界", fillcolor="#f3f3f3", color="#777777", style="rounded,filled,dashed", penwidth=2.0];
    patrace [label="PA computation-trace theorem\nPA 计算轨迹定理\naccepted run -> short PA proof of CompactProof(x,y)\n接受运行 -> CompactProof(x,y) 的短 PA 证明", fillcolor="#f3f3f3", color="#777777", style="rounded,filled,dashed"];
    suitable [label="suitable numeration（合适枚举）\nbit graph representability（位图可表示性）\npolynomial proof construction（多项式证明构造）", fillcolor="#f3f3f3", color="#777777", style="rounded,filled,dashed"];
    cond0 [label="Pudlak condition (0)（普德拉克条件 0）\nPA 内证明 proof-bound monotonicity（证明长度界单调性）\nP 的较紧/较松 cutoff 可在同一公式中转换", fillcolor="#f3f3f3", color="#777777", style="rounded,filled,dashed"];
    cond1 [label="Pudlak condition (1)（普德拉克条件 1）\nexternal short proof -> internal P(n, code(phi))\n外部短证明以多项式开销内部化为 P 实例", fillcolor="#f3f3f3", color="#777777", style="rounded,filled,dashed"];
    cond2 [label="Pudlak condition (2)（普德拉克条件 2）\nP(n,m) -> P(q1(n), code(P(n,m)))\n证明谓词实例自身的定量内部化", fillcolor="#f3f3f3", color="#777777", style="rounded,filled,dashed"];
    cond3 [label="Pudlak condition (3)（普德拉克条件 3）\nbounded modus ponens composition（有界肯定前件合成）\nP(n,phi) 与 P(n,phi->psi) -> P(q2(n),psi)", fillcolor="#f3f3f3", color="#777777", style="rounded,filled,dashed"];
    mpcompiler [label="Accepted-code bounded modus ponens compiler\n接受码有界肯定前件编译器（外部语义层已闭合）\n\n同一公开列表保持验证器：\naccept(codeImp, A->B) + accept(codeA, A)\n  -> exists codeB, accept(codeB, B)\n完整载荷界：\n|codeB| <= |codeImp| + |codeA| + 240 + 34*S(A,B)\n两份输入 proof tree + certificate 原样复用\n树级、证书级、规范码级及任意接受码端点均已通过\n无隐藏长度参数；无 sorryAx\nFoundationCompactCertifiedModusPonens.lean\n\n注意：这里只关闭外部码合成；\nPA 内部 condition (3) 仍须由 arithmetic trace 内化。", fillcolor="#dff2e8", color="#2f6f57", penwidth=2.8];
    conjcompiler [label="Accepted-code bounded conjunction compiler\n接受码有界合取编译器（外部语义层已闭合）\n\naccept(codeA,A) + accept(codeB,B)\n  -> exists codeAnd, accept(codeAnd,A and B)\n完整载荷界：\n|codeAnd| <= |codeA| + |codeB| + 144 + 11*S(A,B)\n两棵输入树与两份完整证书原样复用\n任意接受码端点及 axiom profile 已通过\n无 sorryAx\nFoundationCompactCertifiedConjunction.lean\n\n注意：固定重言式与原文拼接步骤 (i)-(v)\n以及 PA 内部化仍未闭合。", fillcolor="#dff2e8", color="#2f6f57", penwidth=2.8];
    qdiagonal [label="Quantitative parameterized diagonalization\n定量参数化对角化（同一完整载荷坐标已闭合）\nFoundation parameterized_diagonal₁：固定 P 的全称证明为常数\n真实 Derivation2 实例化：cut + wk + exs + closed\n显式结构证书：binary(unary(baseCert), unary(leaf))\n公开列表保持验证器接受完整 proof+certificate 打包码\n短二进制数码项：2*previous+bit\n码长 O(Nat.size m)，标准模型值严格为 m\n最终完整载荷界：baseProof+baseCert+192\n + 2048*(formulaConstant+stepConstant*|m|+1)^3\n同一公式实例的精确最短载荷也不超过该界\n具体 CompactProof 谓词仍由灰色算术化节点提供\nFoundationCompactDerivationSpecialization.lean\nFoundationCompactCertifiedDerivationSpecialization.lean\nFoundationCompactBinaryNumeralTerm.lean\nFoundationCompactParameterizedDiagonalSpecialization.lean\n端点无 sorryAx", fillcolor="#dff2e8", color="#2f6f57", penwidth=2.8];
    proofassembly [label="Bounded proof-calculus assembly (i)-(v)\n有界证明演算拼接（原文步骤 i-v）\n固定命题重言式 + (0)-(3) + MP/conjunction composition\n逐步得到 not P(q5(m), bottom) -> D(m)\n每次拼接与公式实例化均须显式多项式长度", fillcolor="#f3f3f3", color="#777777", style="rounded,filled,dashed"];
    paconsistency [label="PA consistency in the standard model\nPA 在标准模型中的一致性\naccepted falsum proof -> real Derivation2 -> contradiction\n项目已有 noListedCertifiedPAProofOfFalsum；无 sorryAx", fillcolor="#dff2e8", color="#2f6f57", penwidth=2.4];
    exponentextract [label="Consistency contradiction + exponent extraction\n一致性反证 + 指数提取\n短 D(m) 证明与一致性冲突\nq5(m) 的多项式重标定 -> 存在 epsilon > 0\n推出 Con_A(n) 无 n^epsilon 长度证明", fillcolor="#f3f3f3", color="#777777", style="rounded,filled,dashed"];
    diagonal [label="Pudlak 1986 Theorem 3.1\n普德拉克 1986 定理 3.1\ndiagonal proof-length lower bound\n对角证明长度下界", fillcolor="#f3f3f3", color="#777777", style="rounded,filled,dashed", penwidth=2.0];
    internalnote [shape=note, label="关键注释：外部运行时间界不能自动变成 PA 内部短证明。\n必须构造 accepted computation trace（接受计算轨迹），\n并在同一算术编码中逐步验证。", fillcolor="#e8f1f8", color="#4e7892"];

    predicate -> compactformula [label="exact standard-model relation\n精确标准模型关系"];
    minmeasure -> compactformula [label="same honest payload length\n同一诚实载荷长度"];
    canonicalnormalize -> compactformula [style=dotted, label="normalization audit only; public guarded verifier remains the target\n仅作规范化审计；目标仍是公开带守卫验证器"];
    predicate -> listedconmeta [label="same accepted-code relation\n同一接受码关系"];
    minmeasure -> listedconmeta [label="same payload coordinate\n同一载荷坐标"];
    listedconmeta -> compactformula [label="arithmetize this exact semantics\n算术化这一精确语义"];
    canonicalnormalize -> listedconmeta [label="pointwise same-cutoff equivalence\n逐点同截断值等价"];
    polytime -> arithinput [label="same packed inputs and bit-cost coordinate\n同一打包输入与位成本坐标"];
    arithinput -> tokenstream [label="primitive-recursive payload and Nat-prefix base\n原始递归载荷与自然数前缀基础"];
    tokenstream -> bitsync [label="exact arbitrary-input stream semantics\n任意输入流精确语义"];
    tokenstream -> syntaxparser [label="bounded exact tokenization\n有界精确记号化"];
    bitsync -> syntaxbitsync [label="exact bit suffix invariant\n精确位后缀不变量"];
    syntaxparser -> syntaxbitsync [label="same term/formula token grammar\n同一项/公式 token 文法"];
    syntaxparser -> syntaxinversion [label="backward typed realization invariant\n反向类型化实现不变量"];
    syntaxinversion -> numericvalues [label="arbitrary syntax success is canonical\n任意语法成功均为真实规范前缀"];
    syntaxinversion -> closedformula [label="typed prefix recovery + no-fvar invariant\n类型化前缀恢复 + 无自由变量不变量"];
    closedformula -> proofparser [label="axm sentence task\n公理叶闭句任务"];
    syntaxparser -> proofparser [label="checked syntax-task machine\n已检查语法任务机"];
    syntaxparser -> certparser [label="induction-body formula parser\n归纳公理体公式解析"];
    syntaxinversion -> proofinversion [label="term / formula arbitrary inversion\n项 / 公式任意反演"];
    proofparser -> proofinversion [label="ten-rule numeric state machine\n十规则纯数值状态机"];
    closedformula -> proofinversion [label="real sentence recovery\n真实闭句恢复"];
    proofinversion -> numericparser [label="arbitrary proof success is canonical\n任意证明成功均为真实规范前缀"];
    syntaxinversion -> certinversion [label="induction-formula arbitrary inversion\n归纳公式任意反演"];
    certparser -> certinversion [label="23+4 certificate numeric machines\n23+4 类证书纯数值机"];
    certinversion -> numericparser [label="arbitrary certificate success is canonical\n任意证书成功均为真实规范前缀"];
    syntaxbitsync -> numericparser [label="term/formula typed-bit equivalence closed\n项/公式类型化位级等价已闭合"];
    bitsync -> proofbitsync [label="same exact bit suffix\n同一精确位后缀"];
    syntaxbitsync -> proofbitsync [label="typed sequent/term/formula components\n类型化序列/项/公式部件"];
    proofparser -> proofbitsync [label="same ten-rule token grammar\n同一十规则 token 文法"];
    bitsync -> certbitsync [label="same exact bit suffix\n同一精确位后缀"];
    syntaxbitsync -> certbitsync [label="induction-body formula synchronization\n归纳公式体同步"];
    certparser -> certbitsync [label="same 23+4 token grammar\n同一 23+4 类 token 文法"];
    proofbitsync -> numericparser [label="typed proof bit equivalence closed\n证明树类型化位级等价已闭合"];
    certbitsync -> numericparser [label="typed certificate bit equivalence closed\n证书类型化位级等价已闭合"];
    arithinput -> packedtokensync [label="same sentinel-packed inputs\n同一哨兵位打包输入"];
    tokenstream -> packedtokensync [label="primitive-recursive full tokenization\n原始递归完整 token 化"];
    proofbitsync -> packedtokensync [label="proof segment equivalence\n证明段等价"];
    certbitsync -> packedtokensync [label="certificate segment equivalence\n证书段等价"];
    packedtokensync -> numericvalues [label="same public token streams\n同一公开 token 流"];
    numericvalues -> numericchecks [label="exact numeric syntax values\n精确数值语法值"];
    numericchecks -> numericparser [label="same local list decisions\n同一局部列表判定"];
    numericvalues -> numericconstructors [label="canonical token values\n规范 token 值"];
    numericconstructors -> numericparser [label="six direct formula constructors\n六种直接公式构造"];
    numericvalues -> numericnegation [label="same parser task semantics\n同一解析任务语义"];
    numericnegation -> numericparser [label="exact De Morgan token transform\n精确 De Morgan 记号变换"];
    numericvalues -> numericshift [label="same parser task semantics\n同一解析任务语义"];
    numericshift -> numericparser [label="exact free-index successor transform\n精确自由变量后继变换"];
    numericvalues -> numericfree [label="same parser task and binder arity\n同一解析任务与绑定元数"];
    numericfree -> numericparser [label="exact arity-lowering free transform\n精确降元自由化变换"];
    numericvalues -> numericsubstitution [label="same parser task and witness tokens\n同一解析任务与见证记号"];
    numericsubstitution -> numericparser [label="exact qpow substitution transform\n精确量词下代入变换"];
    numericvalues -> numericfixitr [label="same parser task and binder arity\n同一解析任务与绑定元数"];
    numericfixitr -> numericparser [label="exact qpow fixitr transform\n精确量词下变量捕获变换"];
    numericconstructors -> numericsuccind [label="or / all token constructors\n析取 / 全称量词记号构造"];
    numericnegation -> numericsuccind [label="three exact negations\n三次精确否定"];
    numericshift -> numericsuccind [label="open-substitution namespace shift\n开放代入命名空间移位"];
    numericsubstitution -> numericsuccind [label="four exact substitution executions\n四条精确代入执行"];
    numericfixitr -> numericsuccind [label="capture open witnesses\n捕获开放见证"];
    numericsuccind -> numericparser [label="exact succInd(body) tokens\n精确后继归纳公式记号"];
+     numericvalues -> numericfvsup [label="same checked syntax-task stack\n同一已检查语法任务栈"];
+     numericsuccind -> numericfvsup [label="compute closure depth of succInd(body)\n计算归纳公式闭包深度"];
+     numericfvsup -> numericparser [label="exact formula.fvSup value\n精确公式自由变量上确界"];
    certbitsync -> numericfixedaxioms [label="same PA-certificate tags and parameters\n同一 PA 证书标签与参数"];
    numericfixedaxioms -> numericparser [label="tags 0..21 exact sentence tokens\n标签 0..21 精确公理句记号"];
    numericparser -> compactformula [label="same numeric machine graph\n同一纯数值机器图"];
    compactformula -> patrace [label="fixed formula and binary numerals\n固定公式与二进制数词"];
    internalnote -> patrace [style=dotted, arrowhead=none, constraint=false];
    patrace -> suitable;
    suitable -> cond0;
    suitable -> cond1;
    suitable -> cond2;
    suitable -> cond3;
    predicate -> mpcompiler [label="same public verifier\n同一公开验证器"];
    canonicalnormalize -> mpcompiler [label="decoded payload never grows\n解码规范化不增长"];
    mpcompiler -> cond3 [style=dotted, label="external compiler closed; PA internal proof remains\n外部编译已闭合；仍需 PA 内部短证明"];
    predicate -> conjcompiler [label="same public verifier\n同一公开验证器"];
    canonicalnormalize -> conjcompiler [label="decoded payload never grows\n解码规范化不增长"];
    conjcompiler -> proofassembly [style=dotted, label="external conjunction primitive closed\n外部合取原语已闭合"];
    compactformula -> qdiagonal [style=dotted, arrowhead=none, constraint=false, label="later instantiate the closed generic compiler at concrete P\n后续把已闭合通用编译器实例化到具体 P"];
    suitable -> qdiagonal [style=dotted, arrowhead=none, constraint=false, label="concrete P conditions belong to later assembly\n具体 P 条件属于后续拼接"];
    transformcode -> qdiagonal [label="formula-instance size bound already checked\n公式实例大小界已检查"];
    cond0 -> proofassembly;
    cond1 -> proofassembly;
    cond2 -> proofassembly;
    cond3 -> proofassembly;
    qdiagonal -> proofassembly;
    proofassembly -> exponentextract;
    paconsistency -> exponentextract;
    exponentextract -> diagonal;
  }

  subgraph cluster_buss {
    label="H. Buss-Pudlak lower bound（布斯-普德拉克下界）";
    color="#9a9a9a";
    style="rounded,dashed";

    family [label="F_n = Con_T((f(n))^c)\n有限一致性公式族\nsame T / proof system / symbol length\n同一理论 / 证明系统 / 符号长度", fillcolor="#f3f3f3", color="#777777", style="rounded,filled,dashed"];
    rescale [label="Buss 1994 Theorem 5\n布斯 1994 第 5 定理\ntime-constructible rescaling\n时间可构造重标定", fillcolor="#f3f3f3", color="#777777", style="rounded,filled,dashed", penwidth=2.0];
    lower [label="minProofLength(F_n) > U(n) eventually\n最短证明长度最终大于 U(n)\nsuper-polynomial lower bound（超多项式下界）", fillcolor="#e9e3f5", color="#76639a", style="rounded,filled,dashed", penwidth=2.0];
    lowernote [shape=note, label="关键注释：文献下界只能用于原文满足条件的\nformula family（公式族）、proof system（证明系统）\n和 symbol length（符号长度）；名字相似不能替代对象恒等。", fillcolor="#e8f1f8", color="#4e7892"];

    compactformula -> family [label="same CompactProof predicate\n同一紧凑证明谓词"];
    minmeasure -> family [label="exact minimum length coordinate\n精确最短长度坐标"];
    diagonal -> rescale [label="power lower-bound seed\n幂下界种子"];
    family -> rescale;
    rescale -> lower [label="explicit time-constructible f\n显式时间可构造函数 f"];
    lowernote -> rescale [style=dotted, arrowhead=none, constraint=false];
  }

  subgraph cluster_collision {
    label="I. Same-object upper bound and collision（同对象上界与碰撞）";
    color="#9a9a9a";
    style="rounded,dashed";

    sondowcert [label="Sondow checked certificates\n索多已检查证书\nassume gamma rational（假设欧拉常数有理）\n本节点只表示证书已检查，不等于同对象上界已完成", fillcolor="#dff2e8", color="#3f7c66"];
    samecompiler [label="Sondow same-object compiler\n索多同对象编译器\ncertificate -> real proof of the same F_n\n证书 -> 同一 F_n 的真实证明", fillcolor="#f3f3f3", color="#777777", style="rounded,filled,dashed"];
    upper [label="minProofLength(F_n) <= U(n)\n最短证明长度不超过多项式 U(n)\npolynomial upper bound（多项式上界）\n等待 same-object compiler（同对象编译器）", fillcolor="#f3f3f3", color="#777777", style="rounded,filled,dashed"];
    collision [label="U(N) < minProofLength(F_N) <= U(N)\n同一 N、同一公式、同一检查器、同一长度的矛盾\ncollision theorem（碰撞定理）", fillcolor="#f8d9d6", color="#a8443d", style="rounded,filled,dashed", penwidth=2.5];
    final [label="not is_rational euler_mascheroni\n欧拉-马歇罗尼常数非有理\n仅在全部上游根定理闭合后成立", fillcolor="#f8d9d6", color="#a8443d", style="rounded,filled,dashed", penwidth=2.5];
    samenote [shape=note, label="关键注释：碰撞必须是同一 N、同一 F_N、\n同一 checker（检查器）和同一 length measure（长度度量）。\n只证明两个抽象接口各自存在不能形成碰撞。", fillcolor="#e8f1f8", color="#4e7892"];

    sondowcert -> samecompiler;
    family -> samecompiler [label="formula identity\n公式恒等"];
    predicate -> samecompiler [label="same checker/length\n同一检查器/长度"];
    minmeasure -> samecompiler [label="same minimum payload measure\n同一最短载荷度量"];
    samecompiler -> upper [label="canonical accepted proof code\n规范且被接受的证明码"];
    upper -> collision [label="same F_N / same length\n同一 F_N / 同一长度"];
    lower -> collision [label="same F_N / same length\n同一 F_N / 同一长度"];
    samenote -> collision [style=dotted, arrowhead=none, constraint=false];
    collision -> final;
  }

  subgraph cluster_audit {
    label="J. Submission-grade audit gates（投稿级审计门）";
    color="#76639a";
    style="rounded";

    axioms [label="#print axioms audit（公理画像审计）\n已完成节点仅依赖：\npropext（命题外延）\nClassical.choice（经典选择）\nQuot.sound（商类型可靠性）", fillcolor="#e9e3f5", color="#76639a"];
    forbidden [label="Forbidden project assumptions（禁止项目级假设）\nno tail_gap（无尾部间隙参数）\nno upper_provider（无上界提供者参数）\nno project proof_length（无项目证明长度公设）\nno sorryAx（无未完成证明公设）", fillcolor="#e9e3f5", color="#76639a"];
    gate [label="Final dependency audit（最终依赖审计）\nsame formula / parameter / checker / measure\n同一公式 / 参数 / 检查器 / 度量", fillcolor="#e9e3f5", color="#76639a", penwidth=2.0];

    totalcanonical -> axioms [style=dotted];
    publiciff -> axioms [style=dotted];
    completeness -> axioms [style=dotted];
    nattrace -> axioms [style=dotted];
    polytime -> forbidden [style=dashed];
    diagonal -> forbidden [style=dashed];
    samecompiler -> forbidden [style=dashed];
    lower -> gate;
    upper -> gate;
    axioms -> gate;
    forbidden -> gate;
    gate -> collision [style=dashed, label="audit pass\n审计通过"];
  }

  subgraph cluster_rejected_routes {
    label="K. Rejected historical routes（经审计弃用的历史路线；不通向主结论）";
    color="#a8443d";
    style="rounded,dashed";

    rawgodel [label="Nat.size(rawProofCode) lower bound\n原始哥德尔证明码位长下界\nunary-numeral encoding artifact（一元数词编码伪影）", fillcolor="#f8d9d6", color="#a8443d", style="rounded,filled,dashed"];
    postfixraw [label="Postfix checker rebuilding rawCode\n重建 rawCode 的后缀检查器\nprimitive recursive != polynomial time\n原始递归不等于多项式时间", fillcolor="#f8d9d6", color="#a8443d", style="rounded,filled,dashed"];
    abstractgap [label="tail_gap / computable_gap input\n尾部间隙 / 可计算间隙输入\nassumes the lower bound（预设下界）", fillcolor="#f8d9d6", color="#a8443d", style="rounded,filled,dashed"];
    abstractupper [label="upper_provider input\n上界提供者输入\nassumes the Sondow bridge（预设索多桥）", fillcolor="#f8d9d6", color="#a8443d", style="rounded,filled,dashed"];
    unsimulated [label="Unproved Hilbert-system simulation\n未证明的 Hilbert 系统模拟\nwrong/uncalibrated proof measure\n错误或未校准的证明度量", fillcolor="#f8d9d6", color="#a8443d", style="rounded,filled,dashed"];
    graft [label="strengthened_to_partial / transfer_to_graft\n加强到部分 / 嫁接转移接口\ninterface packaging without source theorem\n只有接口包装、没有源定理", fillcolor="#f8d9d6", color="#a8443d", style="rounded,filled,dashed"];
    rejectednote [shape=note, label="弃用判据：编码伪影、循环输入、对象错位，\n或只给接口而没有根定理。\n本区域没有任何边连接最终碰撞定理。", fillcolor="#fff1f0", color="#a8443d"];

    rawgodel -> postfixraw [style=dotted, color="#a8443d"];
    abstractgap -> graft [style=dotted, color="#a8443d"];
    abstractupper -> graft [style=dotted, color="#a8443d"];
    unsimulated -> graft [style=dotted, color="#a8443d"];
    rejectednote -> graft [style=dotted, arrowhead=none, color="#a8443d"];
  }
}
